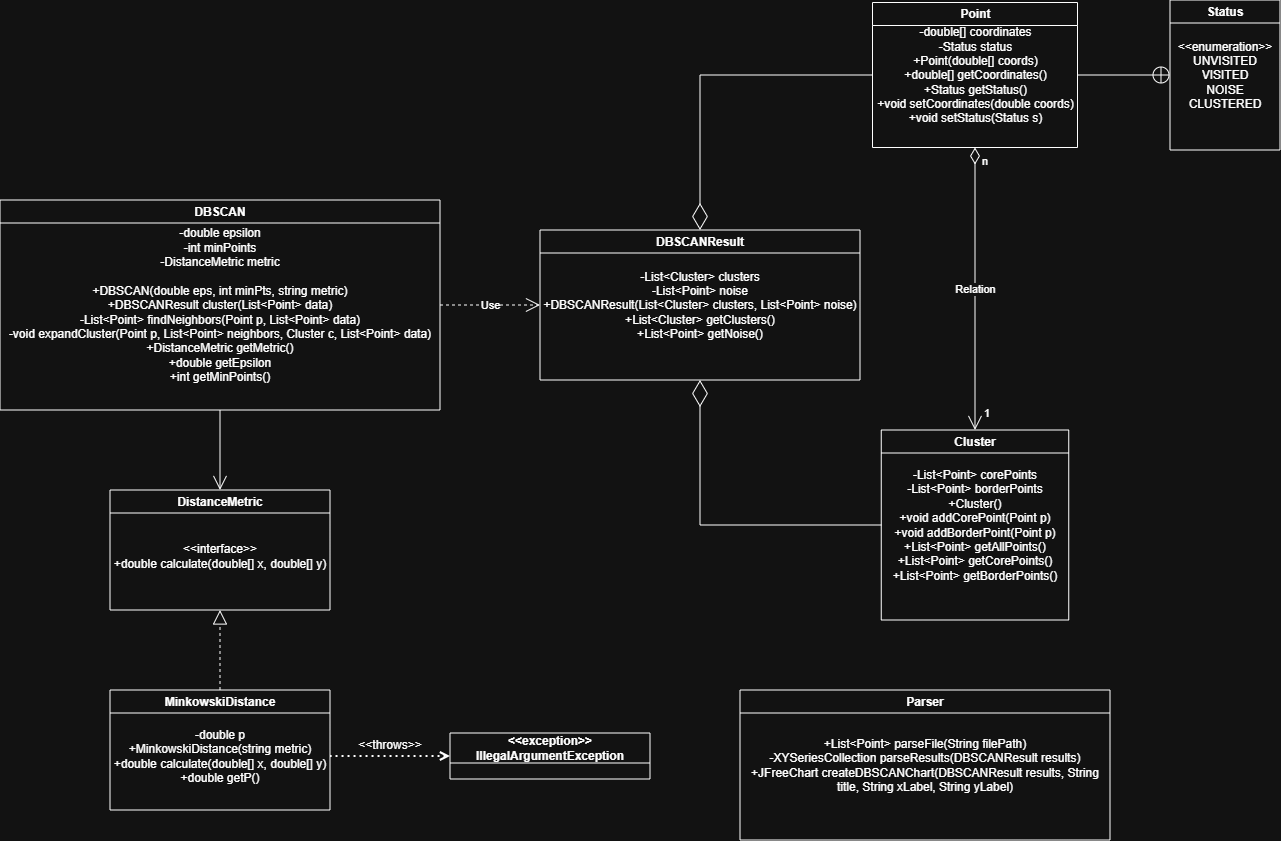
Before: Documentation/DBSCAN-UML.png, a diagram exported from draw.io (solopres/DBSCAN). Source tidied: cells renumbered, new cells last; positions are measured from the earlier drawing's top-left corner, leaving out a move shared by most shapes.
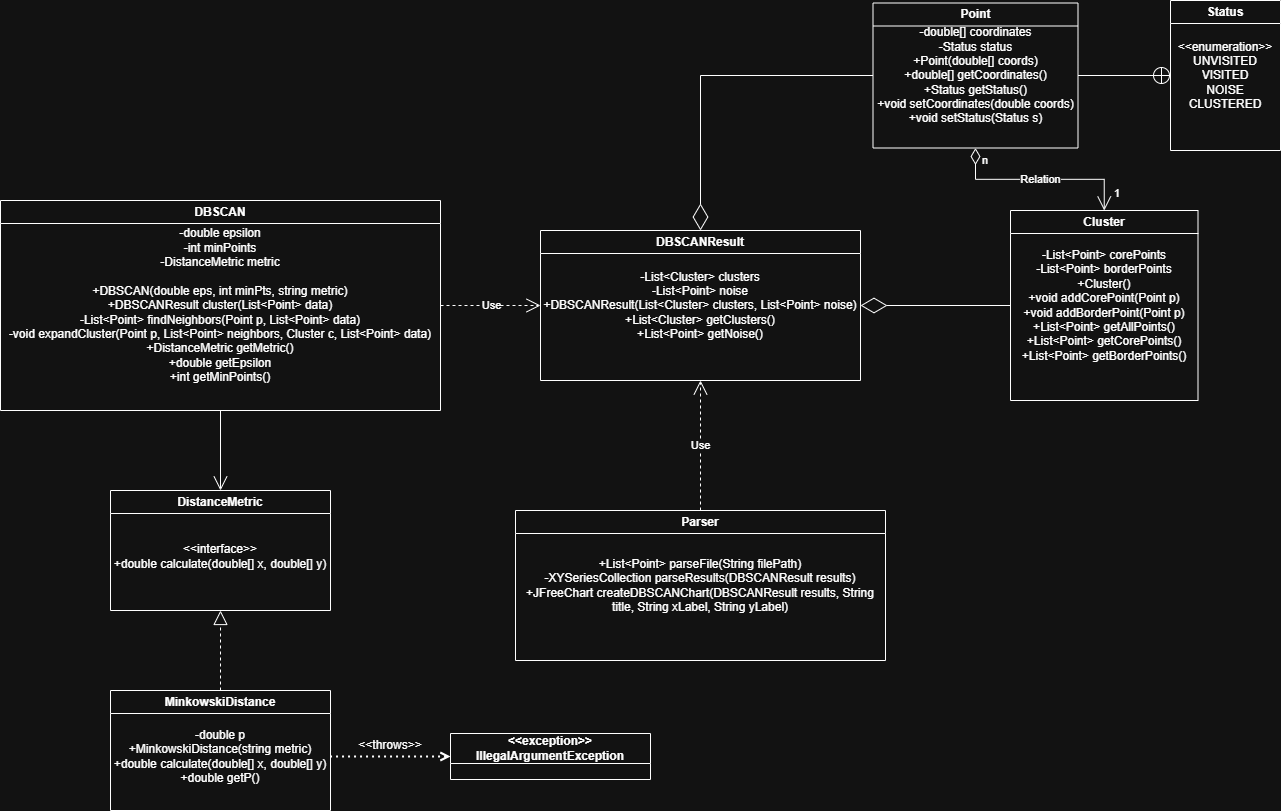
The same file after the commit.

Change to the diagram source:
```diff
@@ -21,7 +21,7 @@
       <mxGeometry width="205" height="145" as="geometry" />
     </mxCell>
     <mxCell id="8" style="group;" parent="1" vertex="1">
-      <mxGeometry x="881.2" y="430" width="187.5" height="190" as="geometry" />
+      <mxGeometry x="1010" y="210" width="187.5" height="190" as="geometry" />
     </mxCell>
     <mxCell id="9" value="Cluster" style="swimlane;whiteSpace=wrap;html=1;" parent="8" vertex="1">
       <mxGeometry width="187.5" height="190" as="geometry" />
@@ -59,12 +59,8 @@
     <mxCell id="20" style="endArrow=block;dashed=1;endFill=0;endSize=12;html=1;rounded=0;exitX=0.5;exitY=0;exitDx=0;exitDy=0;entryX=0.5;entryY=1;entryDx=0;entryDy=0;" parent="1" edge="1" source="18" target="13">
       <mxGeometry relative="1" as="geometry" />
     </mxCell>
-    <mxCell id="21" style="endArrow=diamondThin;endFill=0;endSize=24;html=1;rounded=0;entryX=0.5;entryY=1;entryDx=0;entryDy=0;exitX=0;exitY=0.5;exitDx=0;exitDy=0;" parent="1" edge="1" source="10" target="4">
-      <mxGeometry relative="1" as="geometry">
-        <Array as="points">
-          <mxPoint x="700" y="525" />
-        </Array>
-      </mxGeometry>
+    <mxCell id="21" style="endArrow=diamondThin;endFill=0;endSize=24;html=1;rounded=0;entryX=1;entryY=0.5;entryDx=0;entryDy=0;exitX=0;exitY=0.5;exitDx=0;exitDy=0;" parent="1" edge="1" source="10" target="4">
+      <mxGeometry relative="1" as="geometry" />
     </mxCell>
     <mxCell id="22" style="endArrow=diamondThin;endFill=0;endSize=24;html=1;rounded=0;entryX=0.5;entryY=0;entryDx=0;entryDy=0;exitX=0;exitY=0.5;exitDx=0;exitDy=0;" parent="1" edge="1" source="7" target="3">
       <mxGeometry relative="1" as="geometry">
@@ -114,7 +110,7 @@
       <mxGeometry x="360" y="730" width="60" height="30" as="geometry" />
     </mxCell>
     <mxCell id="35" style="group;" parent="1" vertex="1">
-      <mxGeometry x="740" y="690" width="370" height="150" as="geometry" />
+      <mxGeometry x="515" y="510" width="370" height="150" as="geometry" />
     </mxCell>
     <mxCell id="36" value="Parser" style="swimlane;whiteSpace=wrap;html=1;" parent="35" vertex="1">
       <mxGeometry width="370" height="150" as="geometry" />
@@ -122,5 +118,8 @@
     <mxCell id="37" value="+List&amp;lt;Point&amp;gt; parseFile(String filePath)&lt;div&gt;-XYSeriesCollection parseResults(DBSCANResult results)&lt;/div&gt;&lt;div&gt;+JFreeChart createDBSCANChart(DBSCANResult results, String title, String xLabel, String yLabel)&lt;/div&gt;" style="text;html=1;whiteSpace=wrap;strokeColor=none;fillColor=none;align=center;verticalAlign=middle;rounded=0;" parent="35" vertex="1">
       <mxGeometry width="370" height="150" as="geometry" />
     </mxCell>
+    <mxCell id="38" value="Use" style="endArrow=open;endSize=12;dashed=1;html=1;rounded=0;entryX=0.5;entryY=1;entryDx=0;entryDy=0;exitX=0.5;exitY=0;exitDx=0;exitDy=0;" parent="1" edge="1" source="37" target="4">
+      <mxGeometry relative="1" as="geometry" />
+    </mxCell>
   </root>
 </mxGraphModel>
```
